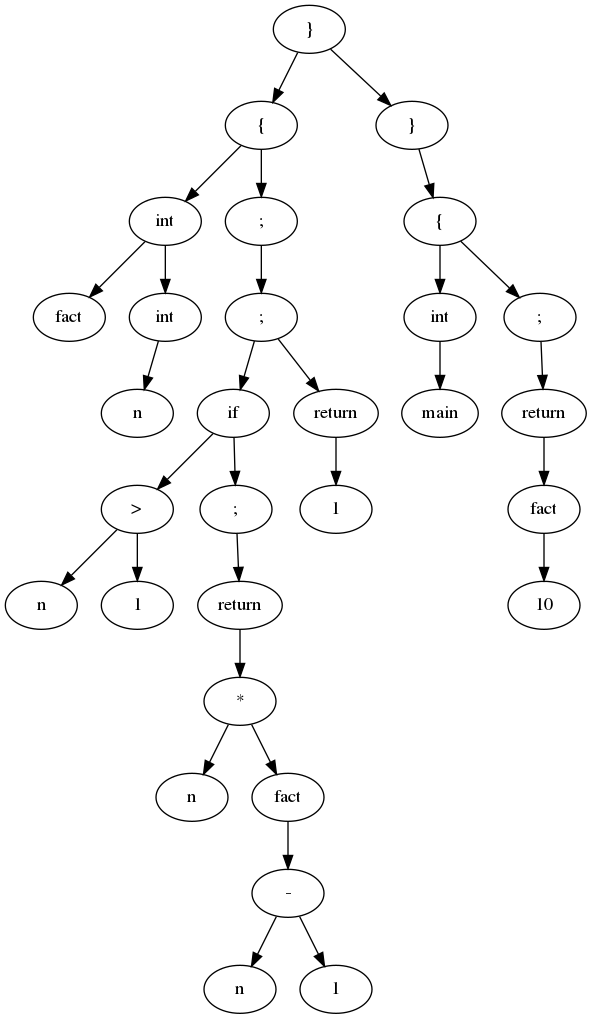
Above: tree.png in exucutional/proglang (Graphviz), before the change. Its source is kept beside it as tree.dot.
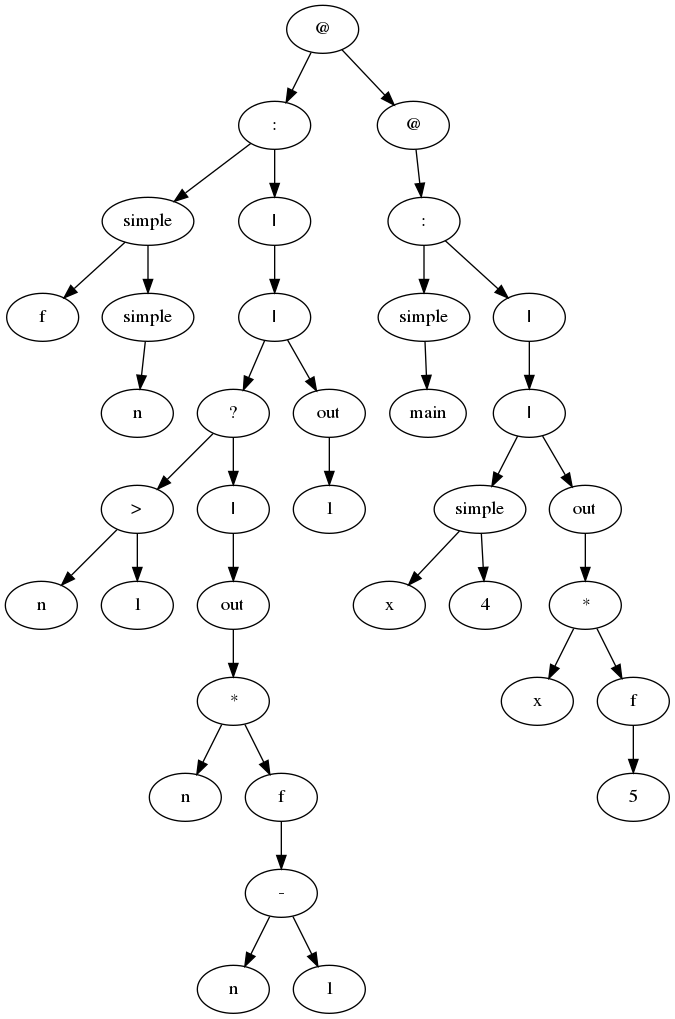
The same diagram one commit later.

Diff of the diagram source:
```diff
@@ -1,52 +1,52 @@
 digraph tree {
-0 [label="}"];
-1 [label="{"];
+0 [label="@"];
+1 [label=":"];
 0 -> 1;
-2 [label="}"];
+2 [label="@"];
 0 -> 2;
-1 [label="{"];
-4 [label="int"];
+1 [label=":"];
+4 [label="simple"];
 1 -> 4;
-5 [label=";"];
+5 [label="|"];
 1 -> 5;
-4 [label="int"];
-7 [label="fact"];
+4 [label="simple"];
+7 [label="f"];
 4 -> 7;
-8 [label="int"];
+8 [label="simple"];
 4 -> 8;
-8 [label="int"];
+8 [label="simple"];
 10 [label="n"];
 8 -> 10;
-5 [label=";"];
-13 [label=";"];
+5 [label="|"];
+13 [label="|"];
 5 -> 13;
-13 [label=";"];
-16 [label="if"];
+13 [label="|"];
+16 [label="?"];
 13 -> 16;
-17 [label="return"];
+17 [label="out"];
 13 -> 17;
-16 [label="if"];
+16 [label="?"];
 19 [label=">"];
 16 -> 19;
-20 [label=";"];
+20 [label="|"];
 16 -> 20;
 19 [label=">"];
 22 [label="n"];
 19 -> 22;
 23 [label=1];
 19 -> 23;
-20 [label=";"];
-25 [label="return"];
+20 [label="|"];
+25 [label="out"];
 20 -> 25;
-25 [label="return"];
+25 [label="out"];
 28 [label="*"];
 25 -> 28;
 28 [label="*"];
 31 [label="n"];
 28 -> 31;
-32 [label="fact"];
+32 [label="f"];
 28 -> 32;
-32 [label="fact"];
+32 [label="f"];
 34 [label="-"];
 32 -> 34;
 34 [label="-"];
@@ -54,27 +54,42 @@
 34 -> 37;
 38 [label=1];
 34 -> 38;
-17 [label="return"];
+17 [label="out"];
 40 [label=1];
 17 -> 40;
-2 [label="}"];
-43 [label="{"];
+2 [label="@"];
+43 [label=":"];
 2 -> 43;
-43 [label="{"];
-46 [label="int"];
+43 [label=":"];
+46 [label="simple"];
 43 -> 46;
-47 [label=";"];
+47 [label="|"];
 43 -> 47;
-46 [label="int"];
+46 [label="simple"];
 49 [label="main"];
 46 -> 49;
-47 [label=";"];
-52 [label="return"];
+47 [label="|"];
+52 [label="|"];
 47 -> 52;
-52 [label="return"];
-55 [label="fact"];
+52 [label="|"];
+55 [label="simple"];
 52 -> 55;
-55 [label="fact"];
-58 [label=10];
+56 [label="out"];
+52 -> 56;
+55 [label="simple"];
+58 [label="x"];
 55 -> 58;
+59 [label=4];
+55 -> 59;
+56 [label="out"];
+61 [label="*"];
+56 -> 61;
+61 [label="*"];
+64 [label="x"];
+61 -> 64;
+65 [label="f"];
+61 -> 65;
+65 [label="f"];
+67 [label=5];
+65 -> 67;
 }
```
